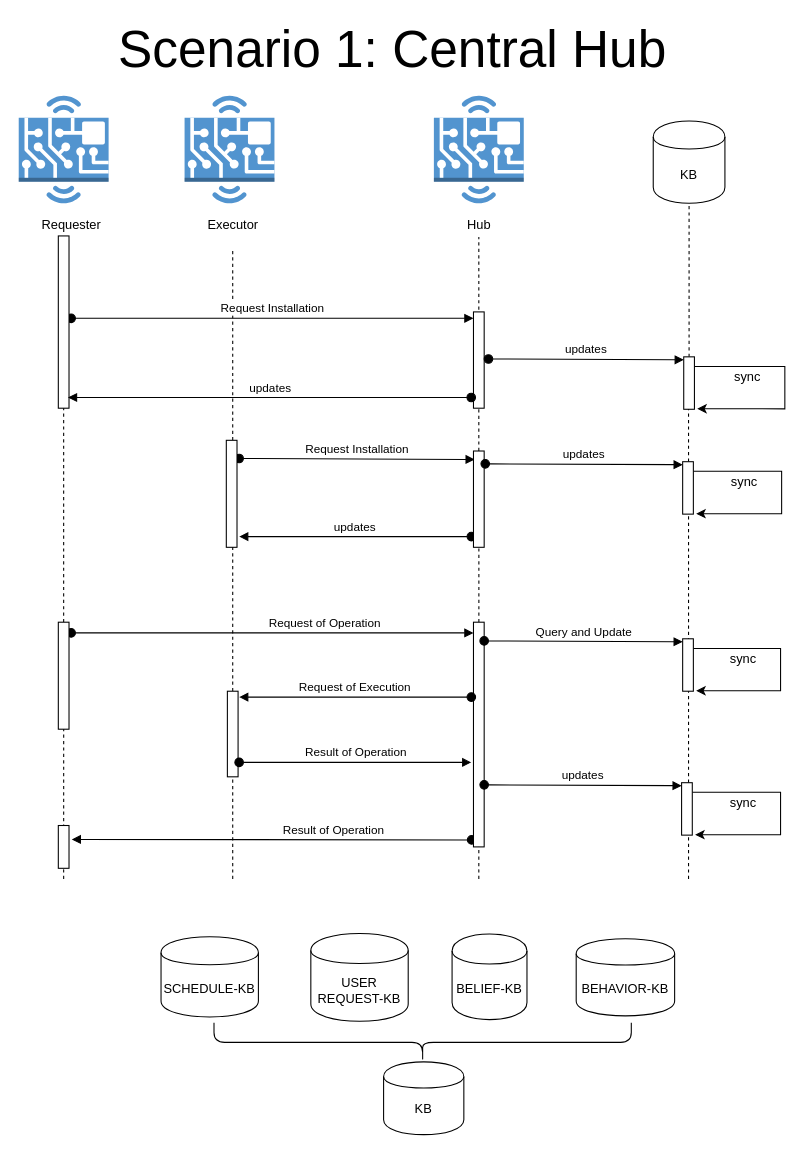
This is profonto/UML/Scenario Central Hub/Scenario-Central-Hub.drawio from dfsantamaria/ProfOnto, a draw.io file, before an edit. Source tidied: cells renumbered, new cells numbered last; positions are measured from the earlier drawing's top-left corner, leaving out a move shared by most shapes. Both pictures are drawn from the tidied source at 107%, with x=0, y=0 at pixel (18, 33).
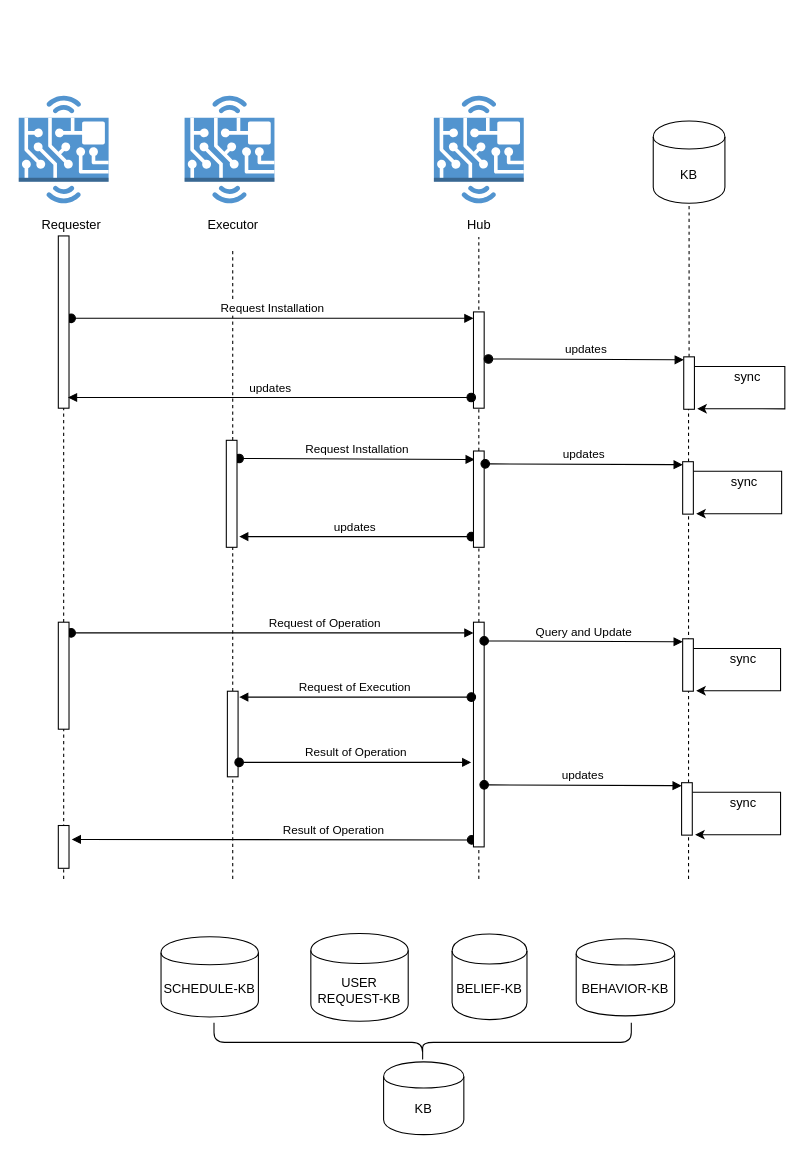
The same diagram, later.

Diff of the diagram source:
```diff
@@
-    <mxCell id="59" value="&lt;font style=&quot;font-size: 48px&quot;&gt;Scenario 1: Central Hub&lt;/font&gt;" style="text;html=1;align=center;verticalAlign=middle;" parent="1" vertex="1">
-      <mxGeometry x="84" width="530" height="30" as="geometry" />
-    </mxCell>
```
